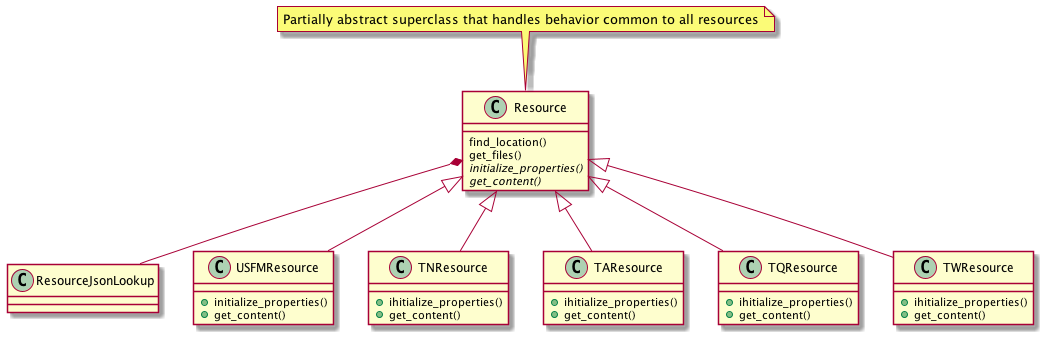
Earlier version of the PlantUML export design_notes/wa_design_class_diagram_resources.png (wkelly17/DOC).
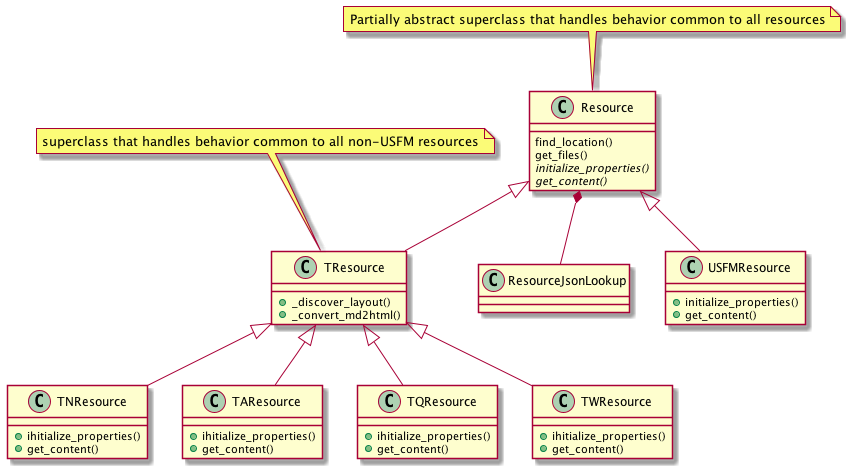
The same file after the commit.

Commit message:
Update design document

What changed in the source:
```diff
@@ -8,16 +8,20 @@
 Resource <|-- USFMResource
 USFMResource : +initialize_properties()
 USFMResource : +get_content()
-Resource <|-- TNResource
+Resource <|-- TResource
+TResource : +_discover_layout()
+TResource : +_convert_md2html()
+note top of TResource: superclass that handles behavior common to all non-USFM resources
+TResource <|-- TNResource
 TNResource : +ihitialize_properties()
 TNResource : +get_content()
-Resource <|-- TAResource
+TResource <|-- TAResource
 TAResource : +ihitialize_properties()
 TAResource : +get_content()
-Resource <|-- TQResource
+TResource <|-- TQResource
 TQResource : +ihitialize_properties()
 TQResource : +get_content()
-Resource <|-- TWResource
+TResource <|-- TWResource
 TWResource : +ihitialize_properties()
 TWResource : +get_content()
 @enduml
```
